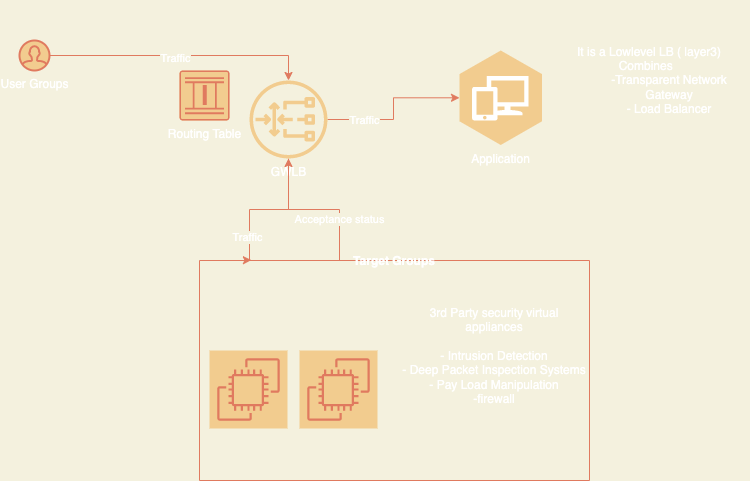
Earlier version of the draw.io export GWLB.drawio.png (diemonch/aws). Source tidied: cells renumbered, new cells last; positions are measured from the earlier drawing's top-left corner, leaving out a move shared by most shapes.
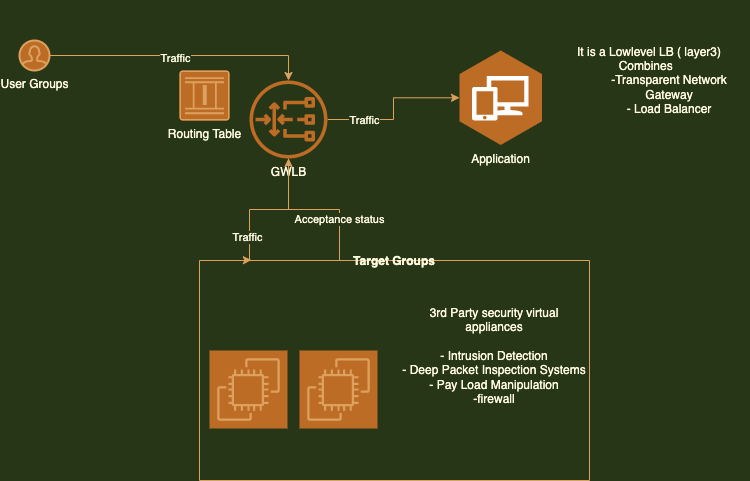
Above is the later version.

Change to the diagram source:
```diff
@@ -1,8 +1,8 @@
-<mxGraphModel background="#F4F1DE">
+<mxGraphModel background="#283618">
   <root>
     <mxCell id="0" />
     <mxCell id="1" parent="0" />
-    <mxCell id="2" style="edgeStyle=orthogonalEdgeStyle;rounded=0;jettySize=auto;html=1;entryX=0.133;entryY=-0.002;entryDx=0;entryDy=0;entryPerimeter=0;strokeColor=#E07A5F;fontColor=#FFFFFF;labelBackgroundColor=#F4F1DE;" parent="1" edge="1" source="6" target="13">
+    <mxCell id="2" style="edgeStyle=orthogonalEdgeStyle;rounded=0;jettySize=auto;html=1;entryX=0.133;entryY=-0.002;entryDx=0;entryDy=0;entryPerimeter=0;strokeColor=#DDA15E;fontColor=#FEFAE0;labelBackgroundColor=#283618;" parent="1" edge="1" source="6" target="13">
       <mxGeometry relative="1" as="geometry">
         <Array as="points">
           <mxPoint x="269" y="209" />
@@ -11,33 +11,33 @@
         </Array>
       </mxGeometry>
     </mxCell>
-    <mxCell id="3" value="Traffic" style="edgeLabel;html=1;align=center;verticalAlign=middle;fontColor=#FFFFFF;labelBackgroundColor=#F4F1DE;" parent="2" vertex="1">
+    <mxCell id="3" value="Traffic" style="edgeLabel;html=1;align=center;verticalAlign=middle;fontColor=#FEFAE0;labelBackgroundColor=#283618;" parent="2" vertex="1">
       <mxGeometry x="0.64" y="-3" relative="1" as="geometry" />
     </mxCell>
-    <mxCell id="4" style="edgeStyle=orthogonalEdgeStyle;rounded=0;jettySize=auto;html=1;strokeColor=#E07A5F;fontColor=#FFFFFF;labelBackgroundColor=#F4F1DE;" parent="1" edge="1" source="6" target="17">
+    <mxCell id="4" style="edgeStyle=orthogonalEdgeStyle;rounded=0;jettySize=auto;html=1;strokeColor=#DDA15E;fontColor=#FEFAE0;labelBackgroundColor=#283618;" parent="1" edge="1" source="6" target="17">
       <mxGeometry relative="1" as="geometry" />
     </mxCell>
-    <mxCell id="5" value="Traffic" style="edgeLabel;html=1;align=center;verticalAlign=middle;fontColor=#FFFFFF;labelBackgroundColor=#F4F1DE;" parent="4" vertex="1">
+    <mxCell id="5" value="Traffic" style="edgeLabel;html=1;align=center;verticalAlign=middle;fontColor=#FEFAE0;labelBackgroundColor=#283618;" parent="4" vertex="1">
       <mxGeometry x="-0.53" y="1" relative="1" as="geometry">
         <mxPoint y="1" as="offset" />
       </mxGeometry>
     </mxCell>
-    <mxCell id="6" value="GWLB" style="sketch=0;outlineConnect=0;fontColor=#FFFFFF;fillColor=#F2CC8F;strokeColor=none;dashed=0;verticalLabelPosition=bottom;verticalAlign=top;align=center;html=1;fontSize=12;fontStyle=0;shape=mxgraph.aws4.gateway_load_balancer;" parent="1" vertex="1">
+    <mxCell id="6" value="GWLB" style="sketch=0;outlineConnect=0;fontColor=#FEFAE0;fillColor=#BC6C25;strokeColor=none;dashed=0;verticalLabelPosition=bottom;verticalAlign=top;align=center;html=1;fontSize=12;fontStyle=0;shape=mxgraph.aws4.gateway_load_balancer;" parent="1" vertex="1">
       <mxGeometry x="230" y="80" width="78" height="78" as="geometry" />
     </mxCell>
-    <mxCell id="7" style="edgeStyle=orthogonalEdgeStyle;rounded=0;jettySize=auto;html=1;strokeColor=#E07A5F;fontColor=#FFFFFF;labelBackgroundColor=#F4F1DE;" parent="1" edge="1" source="9" target="6">
+    <mxCell id="7" style="edgeStyle=orthogonalEdgeStyle;rounded=0;jettySize=auto;html=1;strokeColor=#DDA15E;fontColor=#FEFAE0;labelBackgroundColor=#283618;" parent="1" edge="1" source="9" target="6">
       <mxGeometry relative="1" as="geometry" />
     </mxCell>
-    <mxCell id="8" value="Traffic" style="edgeLabel;html=1;align=center;verticalAlign=middle;fontColor=#FFFFFF;labelBackgroundColor=#F4F1DE;" parent="7" vertex="1">
+    <mxCell id="8" value="Traffic" style="edgeLabel;html=1;align=center;verticalAlign=middle;fontColor=#FEFAE0;labelBackgroundColor=#283618;" parent="7" vertex="1">
       <mxGeometry x="-0.05" y="-2" relative="1" as="geometry" />
     </mxCell>
-    <mxCell id="9" value="User Groups" style="html=1;verticalLabelPosition=bottom;align=center;verticalAlign=top;strokeWidth=2;strokeColor=#E07A5F;shadow=0;dashed=0;shape=mxgraph.ios7.icons.user;fillColor=#F2CC8F;fontColor=#FFFFFF;" parent="1" vertex="1">
+    <mxCell id="9" value="User Groups" style="html=1;verticalLabelPosition=bottom;align=center;verticalAlign=top;strokeWidth=2;strokeColor=#DDA15E;shadow=0;dashed=0;shape=mxgraph.ios7.icons.user;fillColor=#BC6C25;fontColor=#FEFAE0;" parent="1" vertex="1">
       <mxGeometry y="40" width="30" height="30" as="geometry" />
     </mxCell>
-    <mxCell id="10" value="Routing Table" style="sketch=0;verticalLabelPosition=bottom;html=1;verticalAlign=top;align=center;shape=mxgraph.cisco19.rect;prIcon=service_ready_engine;fillColor=#F2CC8F;strokeColor=#E07A5F;fontColor=#FFFFFF;" parent="1" vertex="1">
+    <mxCell id="10" value="Routing Table" style="sketch=0;verticalLabelPosition=bottom;html=1;verticalAlign=top;align=center;shape=mxgraph.cisco19.rect;prIcon=service_ready_engine;fillColor=#BC6C25;strokeColor=#DDA15E;fontColor=#FEFAE0;" parent="1" vertex="1">
       <mxGeometry x="160" y="70" width="50" height="50" as="geometry" />
     </mxCell>
-    <mxCell id="11" style="edgeStyle=orthogonalEdgeStyle;rounded=0;jettySize=auto;html=1;strokeColor=#E07A5F;fontColor=#FFFFFF;labelBackgroundColor=#F4F1DE;" parent="1" edge="1" source="13" target="6">
+    <mxCell id="11" style="edgeStyle=orthogonalEdgeStyle;rounded=0;jettySize=auto;html=1;strokeColor=#DDA15E;fontColor=#FEFAE0;labelBackgroundColor=#283618;" parent="1" edge="1" source="13" target="6">
       <mxGeometry relative="1" as="geometry">
         <Array as="points">
           <mxPoint x="320" y="209" />
@@ -45,25 +45,25 @@
         </Array>
       </mxGeometry>
     </mxCell>
-    <mxCell id="12" value="Acceptance status" style="edgeLabel;html=1;align=center;verticalAlign=middle;fontColor=#FFFFFF;labelBackgroundColor=#F4F1DE;" parent="11" vertex="1">
+    <mxCell id="12" value="Acceptance status" style="edgeLabel;html=1;align=center;verticalAlign=middle;fontColor=#FEFAE0;labelBackgroundColor=#283618;" parent="11" vertex="1">
       <mxGeometry x="-0.45" y="1" relative="1" as="geometry" />
     </mxCell>
-    <mxCell id="13" value="Target Groups" style="swimlane;startSize=0;fillColor=#F2CC8F;strokeColor=#E07A5F;fontColor=#FFFFFF;" parent="1" vertex="1">
+    <mxCell id="13" value="Target Groups" style="swimlane;startSize=0;fillColor=#BC6C25;strokeColor=#DDA15E;fontColor=#FEFAE0;" parent="1" vertex="1">
       <mxGeometry x="180" y="260" width="390" height="220" as="geometry" />
     </mxCell>
-    <mxCell id="14" style="sketch=0;fontColor=#FFFFFF;gradientDirection=north;fillColor=#F2CC8F;strokeColor=#E07A5F;dashed=0;verticalLabelPosition=bottom;verticalAlign=top;align=center;html=1;fontSize=12;fontStyle=0;shape=mxgraph.aws4.resourceIcon;resIcon=mxgraph.aws4.ec2;" parent="13" vertex="1">
+    <mxCell id="14" style="sketch=0;fontColor=#FEFAE0;gradientDirection=north;fillColor=#BC6C25;strokeColor=#DDA15E;dashed=0;verticalLabelPosition=bottom;verticalAlign=top;align=center;html=1;fontSize=12;fontStyle=0;shape=mxgraph.aws4.resourceIcon;resIcon=mxgraph.aws4.ec2;" parent="13" vertex="1">
       <mxGeometry x="10" y="90" width="78" height="78" as="geometry" />
     </mxCell>
-    <mxCell id="15" style="sketch=0;fontColor=#FFFFFF;gradientDirection=north;fillColor=#F2CC8F;strokeColor=#E07A5F;dashed=0;verticalLabelPosition=bottom;verticalAlign=top;align=center;html=1;fontSize=12;fontStyle=0;shape=mxgraph.aws4.resourceIcon;resIcon=mxgraph.aws4.ec2;" parent="13" vertex="1">
+    <mxCell id="15" style="sketch=0;fontColor=#FEFAE0;gradientDirection=north;fillColor=#BC6C25;strokeColor=#DDA15E;dashed=0;verticalLabelPosition=bottom;verticalAlign=top;align=center;html=1;fontSize=12;fontStyle=0;shape=mxgraph.aws4.resourceIcon;resIcon=mxgraph.aws4.ec2;" parent="13" vertex="1">
       <mxGeometry x="100" y="90" width="78" height="78" as="geometry" />
     </mxCell>
-    <mxCell id="16" value="3rd Party security virtual appliances&lt;br&gt;&lt;br&gt;- Intrusion Detection&lt;br&gt;- Deep Packet Inspection Systems&lt;br&gt;- Pay Load Manipulation&lt;br&gt;-firewall&lt;br&gt;&lt;br&gt;&lt;br&gt;" style="text;html=1;strokeColor=none;fillColor=none;align=center;verticalAlign=middle;whiteSpace=wrap;rounded=0;fontColor=#FFFFFF;" parent="13" vertex="1">
+    <mxCell id="16" value="3rd Party security virtual appliances&lt;br&gt;&lt;br&gt;- Intrusion Detection&lt;br&gt;- Deep Packet Inspection Systems&lt;br&gt;- Pay Load Manipulation&lt;br&gt;-firewall&lt;br&gt;&lt;br&gt;&lt;br&gt;" style="text;html=1;strokeColor=none;fillColor=none;align=center;verticalAlign=middle;whiteSpace=wrap;rounded=0;fontColor=#FEFAE0;" parent="13" vertex="1">
       <mxGeometry x="200" width="190" height="220" as="geometry" />
     </mxCell>
-    <mxCell id="17" value="Application" style="outlineConnect=0;dashed=0;verticalLabelPosition=bottom;verticalAlign=top;align=center;html=1;shape=mxgraph.aws3.workspaces;fillColor=#F2CC8F;gradientDirection=north;strokeColor=#E07A5F;fontColor=#FFFFFF;" parent="1" vertex="1">
+    <mxCell id="17" value="Application" style="outlineConnect=0;dashed=0;verticalLabelPosition=bottom;verticalAlign=top;align=center;html=1;shape=mxgraph.aws3.workspaces;fillColor=#BC6C25;gradientDirection=north;strokeColor=#DDA15E;fontColor=#FEFAE0;" parent="1" vertex="1">
       <mxGeometry x="440" y="50" width="82.5" height="94.5" as="geometry" />
     </mxCell>
-    <mxCell id="18" value="It is a Lowlevel LB ( layer3)&lt;br&gt;Combines&amp;nbsp;&amp;nbsp;&lt;br&gt;&lt;blockquote style=&quot;margin: 0 0 0 40px; border: none; padding: 0px;&quot;&gt;-Transparent Network Gateway&lt;/blockquote&gt;&lt;blockquote style=&quot;margin: 0 0 0 40px; border: none; padding: 0px;&quot;&gt;- Load Balancer&lt;/blockquote&gt;" style="text;html=1;strokeColor=none;fillColor=none;align=center;verticalAlign=middle;whiteSpace=wrap;rounded=0;fontColor=#FFFFFF;" parent="1" vertex="1">
+    <mxCell id="18" value="It is a Lowlevel LB ( layer3)&lt;br&gt;Combines&amp;nbsp;&amp;nbsp;&lt;br&gt;&lt;blockquote style=&quot;margin: 0 0 0 40px; border: none; padding: 0px;&quot;&gt;-Transparent Network Gateway&lt;/blockquote&gt;&lt;blockquote style=&quot;margin: 0 0 0 40px; border: none; padding: 0px;&quot;&gt;- Load Balancer&lt;/blockquote&gt;" style="text;html=1;strokeColor=none;fillColor=none;align=center;verticalAlign=middle;whiteSpace=wrap;rounded=0;fontColor=#FEFAE0;" parent="1" vertex="1">
       <mxGeometry x="530" width="200" height="160" as="geometry" />
     </mxCell>
   </root>
```
